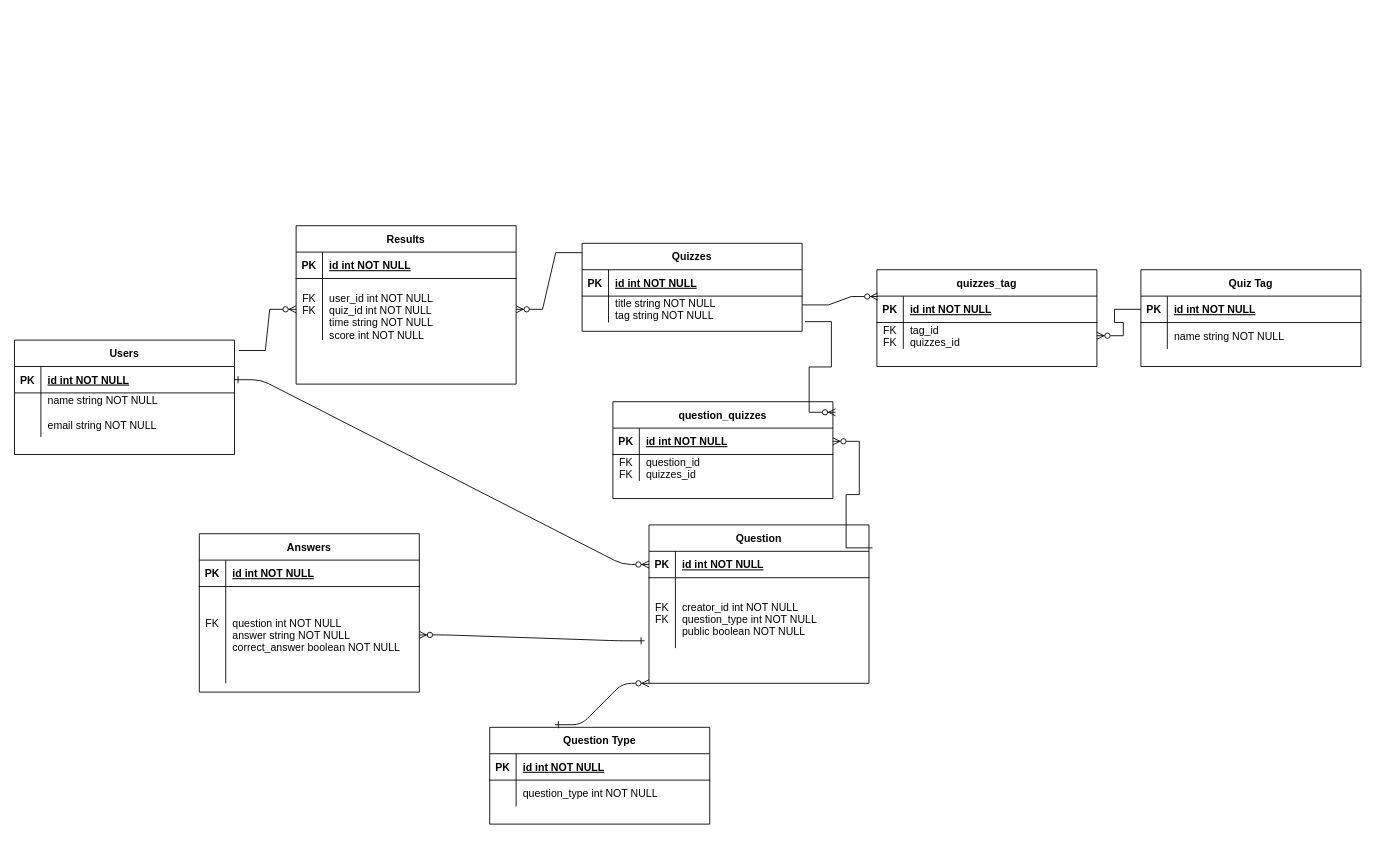
This is page "Page-1" (1 of 2) of docs/StudyAI_ERD.drawio from chingu-voyages/v46-tier3-team-39, a draw.io file, before an edit. Source tidied: cells renumbered, new cells numbered last; positions are measured from the earlier drawing's top-left corner, leaving out a move shared by most shapes. Both pictures are drawn from the tidied source at 88%, with x=0, y=0 at pixel (14, 225).
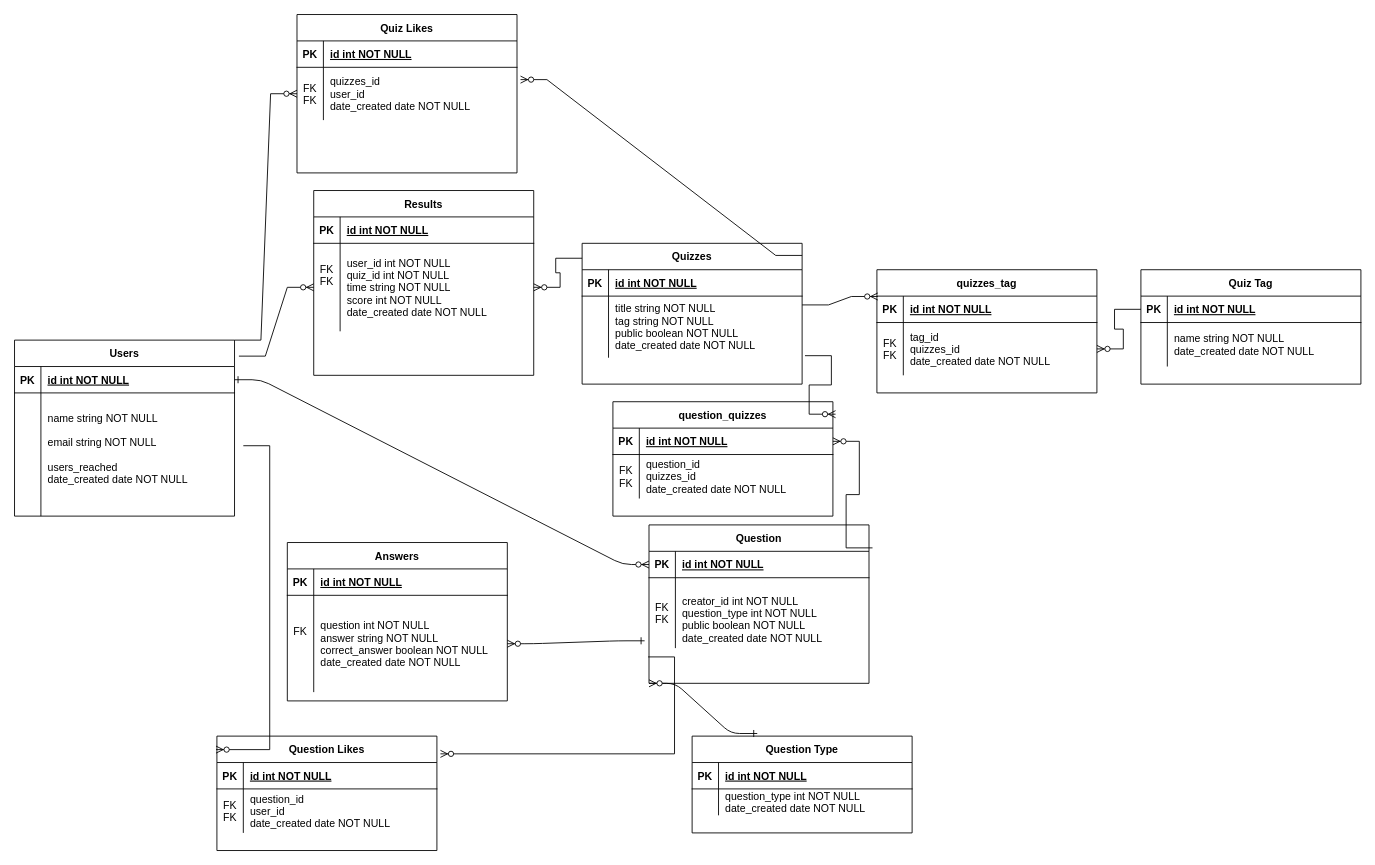
Above is the later version.

Unchanged cells that the change refers to:
```xml
<mxCell id="21" style="shape=partialRectangle;fillColor=none;points=[[0,0.5],[1,0.5]];portConstraint=eastwest;top=0;left=0;right=0;bottom=0;" parent="17" vertex="1">
  <mxGeometry y="60" width="250" height="110" as="geometry" />
</mxCell>
<mxCell id="28" style="shape=partialRectangle;fillColor=none;top=0;left=0;right=0;bottom=0;" parent="24" vertex="1">
  <mxGeometry y="60" width="250" height="30" as="geometry" />
</mxCell>
<mxCell id="35" style="shape=partialRectangle;fillColor=none;points=[[0,0.5],[1,0.5]];portConstraint=eastwest;top=0;left=0;right=0;bottom=0;" parent="31" vertex="1">
  <mxGeometry y="60" width="250" height="80" as="geometry" />
</mxCell>
```

Diff of the diagram source:
```diff
@@
     <mxCell id="3" value="Quizzes" style="shape=table;startSize=30;childLayout=tableLayout;rowLines=0;fontStyle=1;align=center;" parent="1" vertex="1">
-      <mxGeometry x="645" y="20" width="250" height="100" as="geometry" />
+      <mxGeometry x="645" y="20" width="250" height="160" as="geometry" />
     </mxCell>
@@
     <mxCell id="7" style="shape=partialRectangle;fillColor=none;points=[[0,0.5],[1,0.5]];portConstraint=eastwest;top=0;left=0;right=0;bottom=0;" parent="3" vertex="1">
-      <mxGeometry y="60" width="250" height="30" as="geometry" />
+      <mxGeometry y="60" width="250" height="70" as="geometry" />
     </mxCell>
     <mxCell id="8" style="shape=partialRectangle;overflow=hidden;fillColor=none;top=0;left=0;bottom=0;right=0;" parent="7" vertex="1">
-      <mxGeometry width="30" height="30" as="geometry" />
+      <mxGeometry width="30" height="70" as="geometry" />
     </mxCell>
-    <mxCell id="9" value="title string NOT NULL&#10;tag string NOT NULL" style="shape=partialRectangle;overflow=hidden;fillColor=none;top=0;left=0;bottom=0;right=0;align=left;spacingLeft=6;" parent="7" vertex="1">
-      <mxGeometry x="30" width="220" height="30" as="geometry" />
+    <mxCell id="9" value="title string NOT NULL&#10;tag string NOT NULL&#10;public boolean NOT NULL&#10;date_created date NOT NULL" style="shape=partialRectangle;overflow=hidden;fillColor=none;top=0;left=0;bottom=0;right=0;align=left;spacingLeft=6;" parent="7" vertex="1">
+      <mxGeometry x="30" width="220" height="70" as="geometry" />
     </mxCell>
     <mxCell id="10" value="Users" style="shape=table;startSize=30;childLayout=tableLayout;rowLines=0;fontStyle=1;align=center;" parent="1" vertex="1">
-      <mxGeometry y="130" width="250" height="130" as="geometry" />
+      <mxGeometry y="130" width="250" height="200" as="geometry" />
     </mxCell>
@@
     <mxCell id="14" style="shape=partialRectangle;fillColor=none;top=0;left=0;right=0;bottom=0;" parent="10" vertex="1">
-      <mxGeometry y="60" width="250" height="50" as="geometry" />
+      <mxGeometry y="60" width="250" height="140" as="geometry" />
     </mxCell>
     <mxCell id="15" style="shape=partialRectangle;overflow=hidden;fillColor=none;top=0;left=0;bottom=0;right=0;" parent="14" vertex="1">
-      <mxGeometry width="30" height="50" as="geometry" />
+      <mxGeometry width="30" height="140" as="geometry" />
     </mxCell>
-    <mxCell id="16" value="name string NOT NULL&#10;&#10;email string NOT NULL&#10;" style="shape=partialRectangle;overflow=hidden;fillColor=none;top=0;left=0;bottom=0;right=0;align=left;spacingLeft=6;" parent="14" vertex="1">
-      <mxGeometry x="30" width="220" height="50" as="geometry" />
+    <mxCell id="16" value="name string NOT NULL&#10;&#10;email string NOT NULL&#10;&#10;users_reached&#10;date_created date NOT NULL&#10;" style="shape=partialRectangle;overflow=hidden;fillColor=none;top=0;left=0;bottom=0;right=0;align=left;spacingLeft=6;" parent="14" vertex="1">
+      <mxGeometry x="30" width="220" height="140" as="geometry" />
     </mxCell>
     <mxCell id="17" value="Answers" style="shape=table;startSize=30;childLayout=tableLayout;rowLines=0;fontStyle=1;align=center;" parent="1" vertex="1">
-      <mxGeometry x="210" y="350" width="250" height="180" as="geometry" />
+      <mxGeometry x="310" y="360" width="250" height="180" as="geometry" />
     </mxCell>
@@
-    <mxCell id="23" value="question int NOT NULL&#10;answer string NOT NULL&#10;correct_answer boolean NOT NULL" style="shape=partialRectangle;overflow=hidden;fillColor=none;top=0;left=0;bottom=0;right=0;align=left;spacingLeft=6;" parent="21" vertex="1">
+    <mxCell id="23" value="question int NOT NULL&#10;answer string NOT NULL&#10;correct_answer boolean NOT NULL&#10;date_created date NOT NULL" style="shape=partialRectangle;overflow=hidden;fillColor=none;top=0;left=0;bottom=0;right=0;align=left;spacingLeft=6;" parent="21" vertex="1">
       <mxGeometry x="30" width="220" height="110" as="geometry" />
     </mxCell>
     <mxCell id="24" value="Question Type" style="shape=table;startSize=30;childLayout=tableLayout;rowLines=0;fontStyle=1;align=center;" parent="1" vertex="1">
-      <mxGeometry x="540" y="570" width="250" height="110" as="geometry" />
+      <mxGeometry x="770" y="580" width="250" height="110" as="geometry" />
     </mxCell>
@@
-    <mxCell id="30" value="question_type int NOT NULL" style="shape=partialRectangle;overflow=hidden;fillColor=none;top=0;left=0;bottom=0;right=0;align=left;spacingLeft=6;" parent="28" vertex="1">
+    <mxCell id="30" value="question_type int NOT NULL&#10;date_created date NOT NULL" style="shape=partialRectangle;overflow=hidden;fillColor=none;top=0;left=0;bottom=0;right=0;align=left;spacingLeft=6;" parent="28" vertex="1">
       <mxGeometry x="30" width="220" height="30" as="geometry" />
     </mxCell>
@@
-    <mxCell id="37" value="&#10;creator_id int NOT NULL&#10;question_type int NOT NULL&#10;public boolean NOT NULL" style="shape=partialRectangle;overflow=hidden;fillColor=none;top=0;left=0;bottom=0;right=0;align=left;spacingLeft=6;" parent="35" vertex="1">
+    <mxCell id="37" value="&#10;creator_id int NOT NULL&#10;question_type int NOT NULL&#10;public boolean NOT NULL&#10;date_created date NOT NULL" style="shape=partialRectangle;overflow=hidden;fillColor=none;top=0;left=0;bottom=0;right=0;align=left;spacingLeft=6;" parent="35" vertex="1">
       <mxGeometry x="30" width="220" height="80" as="geometry" />
     </mxCell>
@@
     <mxCell id="40" value="question_quizzes" style="shape=table;startSize=30;childLayout=tableLayout;rowLines=0;fontStyle=1;align=center;" parent="1" vertex="1">
-      <mxGeometry x="680" y="200" width="250" height="110" as="geometry" />
+      <mxGeometry x="680" y="200" width="250" height="130" as="geometry" />
     </mxCell>
@@
     <mxCell id="44" style="shape=partialRectangle;fillColor=none;top=0;left=0;right=0;bottom=0;" parent="40" vertex="1">
-      <mxGeometry y="60" width="250" height="30" as="geometry" />
+      <mxGeometry y="60" width="250" height="50" as="geometry" />
     </mxCell>
     <mxCell id="45" value="FK&#10;FK" style="shape=partialRectangle;overflow=hidden;fillColor=none;top=0;left=0;bottom=0;right=0;" parent="44" vertex="1">
-      <mxGeometry width="30" height="30" as="geometry" />
+      <mxGeometry width="30" height="50" as="geometry" />
     </mxCell>
-    <mxCell id="46" value="question_id&#10;quizzes_id" style="shape=partialRectangle;overflow=hidden;fillColor=none;top=0;left=0;bottom=0;right=0;align=left;spacingLeft=6;" parent="44" vertex="1">
-      <mxGeometry x="30" width="220" height="30" as="geometry" />
+    <mxCell id="46" value="question_id&#10;quizzes_id&#10;date_created date NOT NULL" style="shape=partialRectangle;overflow=hidden;fillColor=none;top=0;left=0;bottom=0;right=0;align=left;spacingLeft=6;" parent="44" vertex="1">
+      <mxGeometry x="30" width="220" height="50" as="geometry" />
     </mxCell>
@@
     <mxCell id="49" value="Results" style="shape=table;startSize=30;childLayout=tableLayout;rowLines=0;fontStyle=1;align=center;" parent="1" vertex="1">
-      <mxGeometry x="320" width="250" height="180" as="geometry" />
+      <mxGeometry x="340" y="-40" width="250" height="210" as="geometry" />
     </mxCell>
@@
     <mxCell id="53" style="shape=partialRectangle;fillColor=none;points=[[0,0.5],[1,0.5]];portConstraint=eastwest;top=0;left=0;right=0;bottom=0;" parent="49" vertex="1">
-      <mxGeometry y="60" width="250" height="70" as="geometry" />
+      <mxGeometry y="60" width="250" height="100" as="geometry" />
     </mxCell>
     <mxCell id="54" value="&#10;FK&#10;FK&#10;&#10;&#10;" style="shape=partialRectangle;overflow=hidden;fillColor=none;top=0;left=0;bottom=0;right=0;" parent="53" vertex="1">
-      <mxGeometry width="30" height="70" as="geometry" />
+      <mxGeometry width="30" height="100" as="geometry" />
     </mxCell>
-    <mxCell id="55" value="&#10;user_id int NOT NULL&#10;quiz_id int NOT NULL&#10;time string NOT NULL&#10;score int NOT NULL&#10;" style="shape=partialRectangle;overflow=hidden;fillColor=none;top=0;left=0;bottom=0;right=0;align=left;spacingLeft=6;" parent="53" vertex="1">
-      <mxGeometry x="30" width="220" height="70" as="geometry" />
+    <mxCell id="55" value="&#10;user_id int NOT NULL&#10;quiz_id int NOT NULL&#10;time string NOT NULL&#10;score int NOT NULL&#10;date_created date NOT NULL&#10;" style="shape=partialRectangle;overflow=hidden;fillColor=none;top=0;left=0;bottom=0;right=0;align=left;spacingLeft=6;" parent="53" vertex="1">
+      <mxGeometry x="30" width="220" height="100" as="geometry" />
     </mxCell>
@@
     <mxCell id="58" value="Quiz Tag" style="shape=table;startSize=30;childLayout=tableLayout;rowLines=0;fontStyle=1;align=center;" parent="1" vertex="1">
-      <mxGeometry x="1280" y="50" width="250" height="110" as="geometry" />
+      <mxGeometry x="1280" y="50" width="250" height="130" as="geometry" />
     </mxCell>
@@
     <mxCell id="62" style="shape=partialRectangle;fillColor=none;top=0;left=0;right=0;bottom=0;" parent="58" vertex="1">
-      <mxGeometry y="60" width="250" height="30" as="geometry" />
+      <mxGeometry y="60" width="250" height="50" as="geometry" />
     </mxCell>
     <mxCell id="63" style="shape=partialRectangle;overflow=hidden;fillColor=none;top=0;left=0;bottom=0;right=0;" parent="62" vertex="1">
-      <mxGeometry width="30" height="30" as="geometry" />
+      <mxGeometry width="30" height="50" as="geometry" />
     </mxCell>
-    <mxCell id="64" value="name string NOT NULL" style="shape=partialRectangle;overflow=hidden;fillColor=none;top=0;left=0;bottom=0;right=0;align=left;spacingLeft=6;" parent="62" vertex="1">
-      <mxGeometry x="30" width="220" height="30" as="geometry" />
+    <mxCell id="64" value="name string NOT NULL&#10;date_created date NOT NULL" style="shape=partialRectangle;overflow=hidden;fillColor=none;top=0;left=0;bottom=0;right=0;align=left;spacingLeft=6;" parent="62" vertex="1">
+      <mxGeometry x="30" width="220" height="50" as="geometry" />
     </mxCell>
     <mxCell id="65" value="quizzes_tag" style="shape=table;startSize=30;childLayout=tableLayout;rowLines=0;fontStyle=1;align=center;" parent="1" vertex="1">
-      <mxGeometry x="980" y="50" width="250" height="110" as="geometry" />
+      <mxGeometry x="980" y="50" width="250" height="140" as="geometry" />
     </mxCell>
@@
     <mxCell id="69" style="shape=partialRectangle;fillColor=none;points=[[0,0.5],[1,0.5]];portConstraint=eastwest;top=0;left=0;right=0;bottom=0;" parent="65" vertex="1">
-      <mxGeometry y="60" width="250" height="30" as="geometry" />
+      <mxGeometry y="60" width="250" height="60" as="geometry" />
     </mxCell>
     <mxCell id="70" value="FK&#10;FK" style="shape=partialRectangle;overflow=hidden;fillColor=none;top=0;left=0;bottom=0;right=0;" parent="69" vertex="1">
-      <mxGeometry width="30" height="30" as="geometry" />
+      <mxGeometry width="30" height="60" as="geometry" />
     </mxCell>
-    <mxCell id="71" value="tag_id&#10;quizzes_id" style="shape=partialRectangle;overflow=hidden;fillColor=none;top=0;left=0;bottom=0;right=0;align=left;spacingLeft=6;" parent="69" vertex="1">
-      <mxGeometry x="30" width="220" height="30" as="geometry" />
+    <mxCell id="71" value="tag_id&#10;quizzes_id&#10;date_created date NOT NULL" style="shape=partialRectangle;overflow=hidden;fillColor=none;top=0;left=0;bottom=0;right=0;align=left;spacingLeft=6;" parent="69" vertex="1">
+      <mxGeometry x="30" width="220" height="60" as="geometry" />
     </mxCell>
@@
+    <mxCell id="74" value="Quiz Likes" style="shape=table;startSize=30;childLayout=tableLayout;rowLines=0;fontStyle=1;align=center;" parent="1" vertex="1">
+      <mxGeometry x="321" y="-240" width="250" height="180" as="geometry" />
+    </mxCell>
+    <mxCell id="75" style="shape=partialRectangle;fillColor=none;top=0;left=0;right=0;bottom=1;" parent="74" vertex="1">
+      <mxGeometry y="30" width="250" height="30" as="geometry" />
+    </mxCell>
+    <mxCell id="76" value="PK" style="shape=partialRectangle;overflow=hidden;fillColor=none;top=0;left=0;bottom=0;right=0;fontStyle=1;" parent="75" vertex="1">
+      <mxGeometry width="30" height="30" as="geometry" />
+    </mxCell>
+    <mxCell id="77" value="id int NOT NULL " style="shape=partialRectangle;overflow=hidden;fillColor=none;top=0;left=0;bottom=0;right=0;align=left;spacingLeft=6;fontStyle=5;" parent="75" vertex="1">
+      <mxGeometry x="30" width="220" height="30" as="geometry" />
+    </mxCell>
+    <mxCell id="78" style="shape=partialRectangle;fillColor=none;points=[[0,0.5],[1,0.5]];portConstraint=eastwest;top=0;left=0;right=0;bottom=0;" parent="74" vertex="1">
+      <mxGeometry y="60" width="250" height="60" as="geometry" />
+    </mxCell>
+    <mxCell id="79" value="FK&#10;FK" style="shape=partialRectangle;overflow=hidden;fillColor=none;top=0;left=0;bottom=0;right=0;" parent="78" vertex="1">
+      <mxGeometry width="30" height="60" as="geometry" />
+    </mxCell>
+    <mxCell id="80" value="quizzes_id&#10;user_id&#10;date_created date NOT NULL" style="shape=partialRectangle;overflow=hidden;fillColor=none;top=0;left=0;bottom=0;right=0;align=left;spacingLeft=6;" parent="78" vertex="1">
+      <mxGeometry x="30" width="220" height="60" as="geometry" />
+    </mxCell>
+    <mxCell id="81" style="edgeStyle=entityRelationEdgeStyle;fontSize=12;html=1;endArrow=ERzeroToMany;endFill=1;rounded=0;exitX=1;exitY=0;exitDx=0;exitDy=0;entryX=0;entryY=0.5;entryDx=0;entryDy=0;" parent="1" edge="1" source="10" target="78">
+      <mxGeometry relative="1" as="geometry" />
+    </mxCell>
+    <mxCell id="82" style="edgeStyle=entityRelationEdgeStyle;fontSize=12;html=1;endArrow=ERzeroToMany;endFill=1;rounded=0;exitX=1;exitY=0.086;exitDx=0;exitDy=0;exitPerimeter=0;entryX=1.016;entryY=0.233;entryDx=0;entryDy=0;entryPerimeter=0;" parent="1" edge="1" source="3" target="78">
+      <mxGeometry relative="1" as="geometry">
+        <Array as="points">
+          <mxPoint x="625" y="10" />
+          <mxPoint x="845" y="-160" />
+          <mxPoint x="695" y="-80" />
+        </Array>
+      </mxGeometry>
+    </mxCell>
+    <mxCell id="83" value="Question Likes" style="shape=table;startSize=30;childLayout=tableLayout;rowLines=0;fontStyle=1;align=center;" parent="1" vertex="1">
+      <mxGeometry x="230" y="580" width="250" height="130" as="geometry" />
+    </mxCell>
+    <mxCell id="84" style="shape=partialRectangle;fillColor=none;top=0;left=0;right=0;bottom=1;" parent="83" vertex="1">
+      <mxGeometry y="30" width="250" height="30" as="geometry" />
+    </mxCell>
+    <mxCell id="85" value="PK" style="shape=partialRectangle;overflow=hidden;fillColor=none;top=0;left=0;bottom=0;right=0;fontStyle=1;" parent="84" vertex="1">
+      <mxGeometry width="30" height="30" as="geometry" />
+    </mxCell>
+    <mxCell id="86" value="id int NOT NULL " style="shape=partialRectangle;overflow=hidden;fillColor=none;top=0;left=0;bottom=0;right=0;align=left;spacingLeft=6;fontStyle=5;" parent="84" vertex="1">
+      <mxGeometry x="30" width="220" height="30" as="geometry" />
+    </mxCell>
+    <mxCell id="87" style="shape=partialRectangle;fillColor=none;top=0;left=0;right=0;bottom=0;" parent="83" vertex="1">
+      <mxGeometry y="60" width="250" height="50" as="geometry" />
+    </mxCell>
+    <mxCell id="88" value="FK&#10;FK" style="shape=partialRectangle;overflow=hidden;fillColor=none;top=0;left=0;bottom=0;right=0;" parent="87" vertex="1">
+      <mxGeometry width="30" height="50" as="geometry" />
+    </mxCell>
+    <mxCell id="89" value="question_id&#10;user_id&#10;date_created date NOT NULL" style="shape=partialRectangle;overflow=hidden;fillColor=none;top=0;left=0;bottom=0;right=0;align=left;spacingLeft=6;" parent="87" vertex="1">
+      <mxGeometry x="30" width="220" height="50" as="geometry" />
+    </mxCell>
+    <mxCell id="90" style="edgeStyle=entityRelationEdgeStyle;fontSize=12;html=1;endArrow=ERzeroToMany;endFill=1;rounded=0;entryX=1.016;entryY=0.155;entryDx=0;entryDy=0;entryPerimeter=0;" parent="1" edge="1" target="83">
+      <mxGeometry relative="1" as="geometry">
+        <mxPoint x="720" y="490" as="sourcePoint" />
+      </mxGeometry>
+    </mxCell>
+    <mxCell id="91" style="edgeStyle=entityRelationEdgeStyle;fontSize=12;html=1;endArrow=ERzeroToMany;endFill=1;rounded=0;entryX=-0.004;entryY=0.118;entryDx=0;entryDy=0;entryPerimeter=0;" parent="1" edge="1" target="83">
+      <mxGeometry relative="1" as="geometry">
+        <mxPoint x="260" y="250" as="sourcePoint" />
+      </mxGeometry>
+    </mxCell>
```
